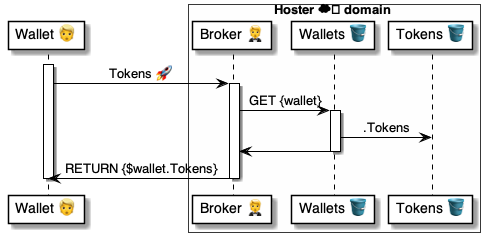
This is 4 ⚙️ Solution/20 🧑‍🦰 UI/Brokers 🤵/🤵🅰️ Broker methods/Tokens 🎫 Tokens 🧑‍🦰🚀🤵/🤵 Tokens ⚙️ uml.png from pollyweb-org/pollyweb-docs, a PlantUML export, as it was before one commit. Its source is kept beside it as 4 ⚙️ Solution/20 🧑‍🦰 UI/Brokers 🤵/🤵🅰️ Broker methods/Tokens 🎫 Tokens 🧑‍🦰🚀🤵/🤵 Tokens ⚙️ uml.puml.
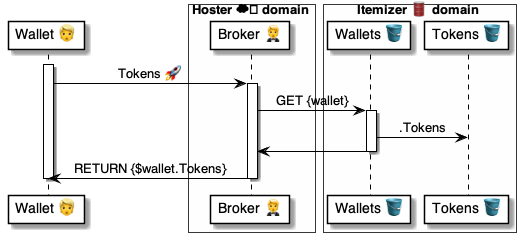
The same file after the commit.

Change to the diagram source:
```diff
@@ -5,6 +5,9 @@
 
 box Hoster ☁️ domain #FFFFFA
     participant "Broker 🤵" as broker
+end box
+
+box Itemizer 🛢 domain #FFFFFA
     participant "Wallets 🪣" as wallets
     participant "Tokens 🪣" as tokens
 end box
```
